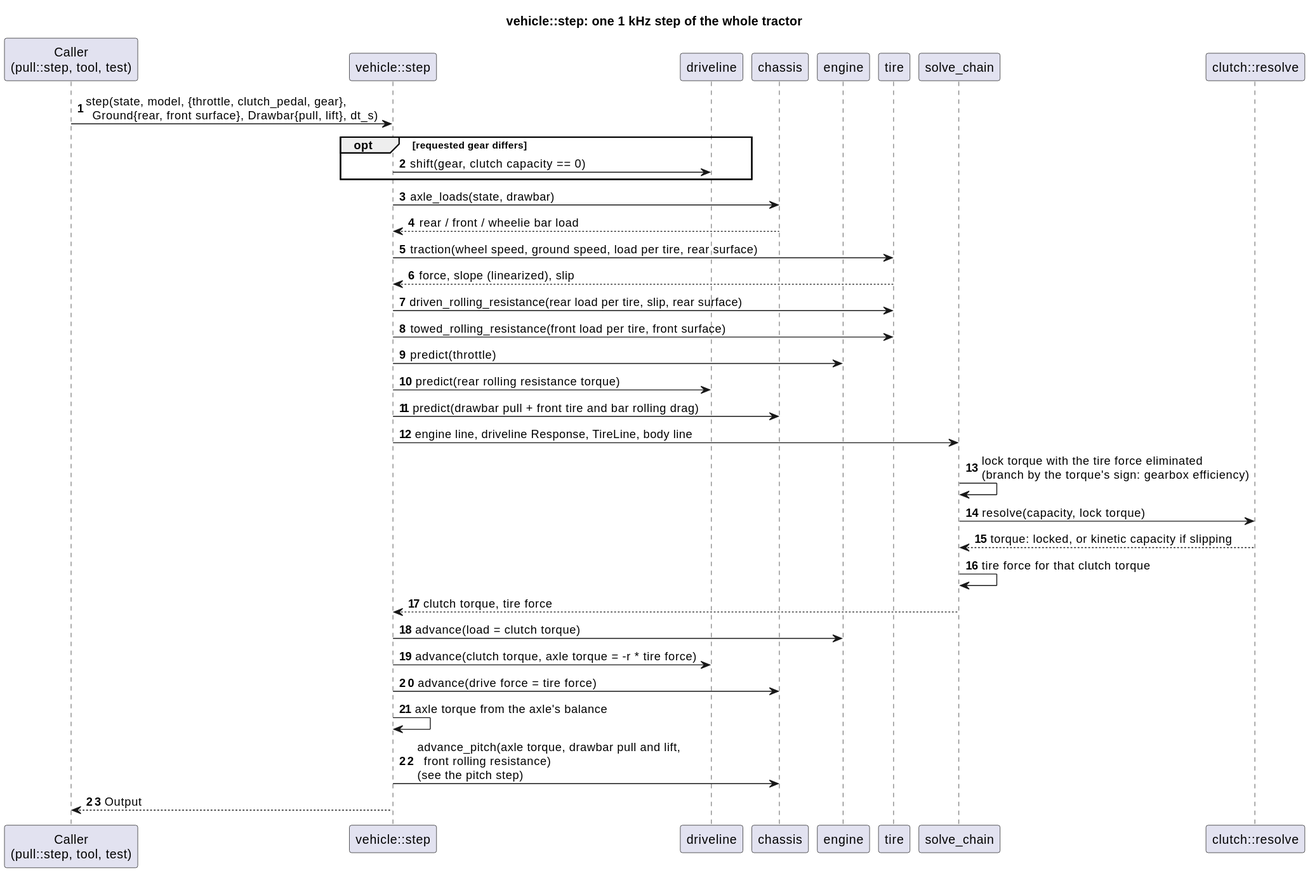
Above: docs/diagrams/svg/vehicle_step_sequence.svg in wversteeg/TractorPulling (PlantUML), before the change.
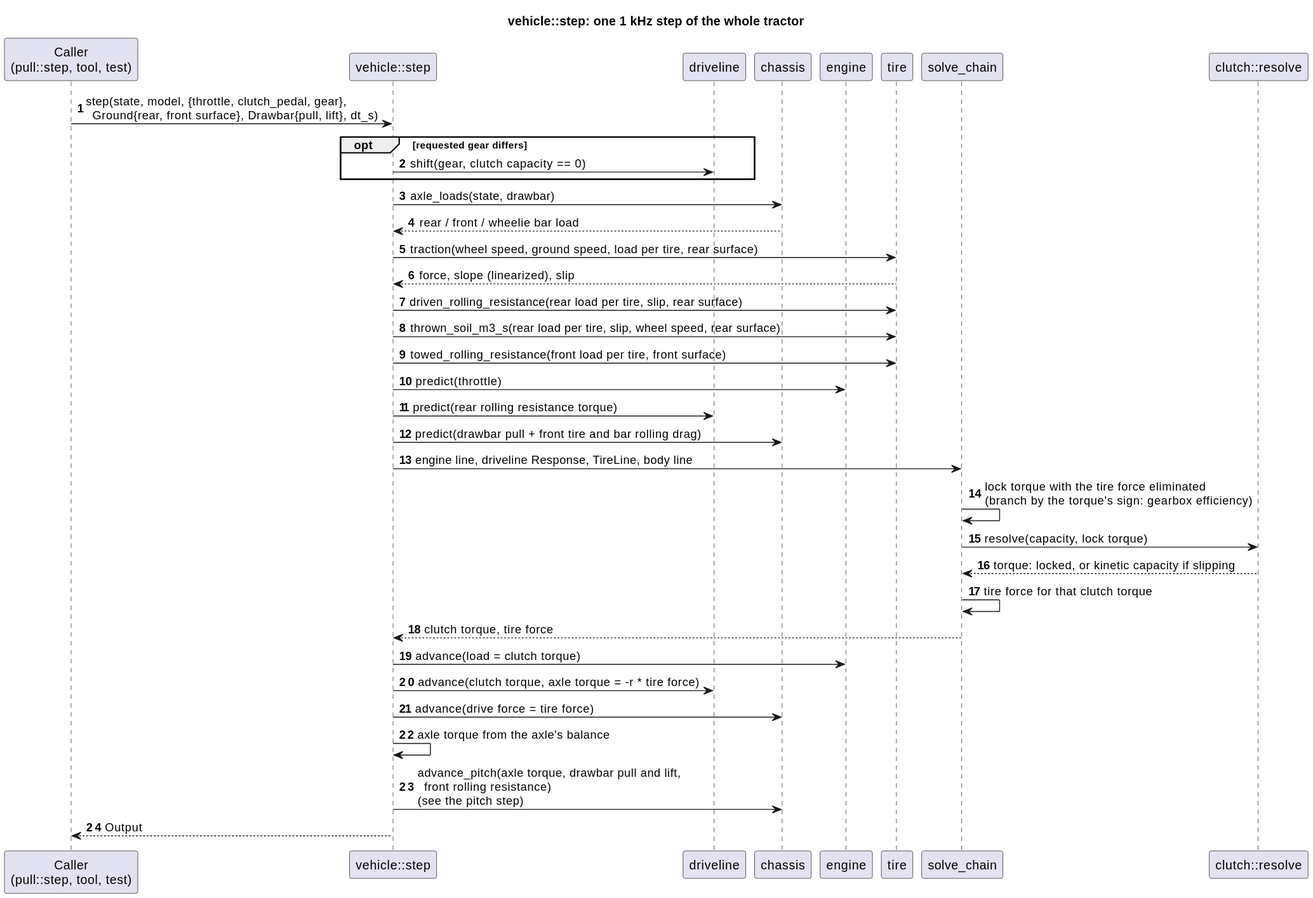
Later version of the same file.

The edit, as a diff of the source:
```diff
@@ -19,6 +19,7 @@
 Step -> Tire : traction(wheel speed, ground speed, load per tire, rear surface)
 Tire --> Step : force, slope (linearized), slip
 Step -> Tire : driven_rolling_resistance(rear load per tire, slip, rear surface)
+Step -> Tire : thrown_soil_m3_s(rear load per tire, slip, wheel speed, rear surface)
 Step -> Tire : towed_rolling_resistance(front load per tire, front surface)
 Step -> Engine : predict(throttle)
 Step -> Driveline : predict(rear rolling resistance torque)
```
